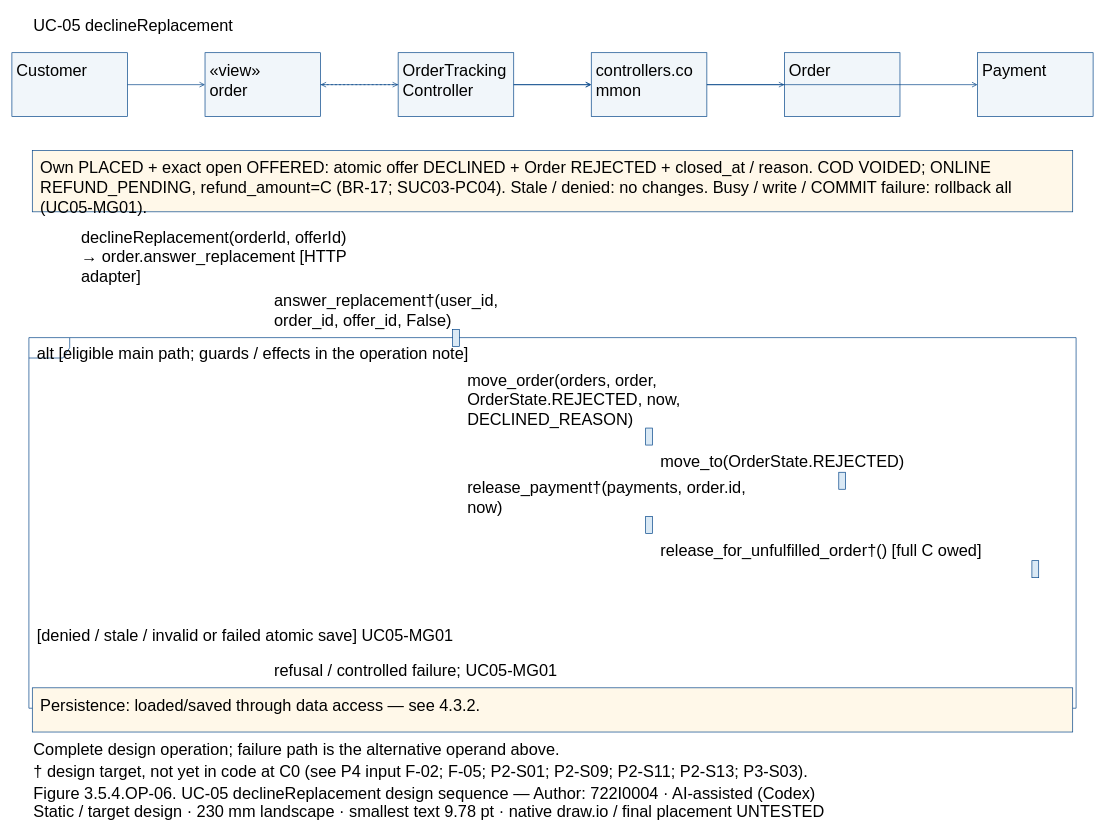
Dat071104/SaigonBite keeps this draw.io diagram as models/UC-05/seq_uc05_declineReplacement.drawio. Above is the earlier version. Source tidied: cells renumbered, new cells numbered last; positions are measured from the earlier drawing's top-left corner, leaving out a move shared by most shapes. Both pictures are drawn from the tidied source at 68%, with x=0, y=0 at pixel (12, 12).
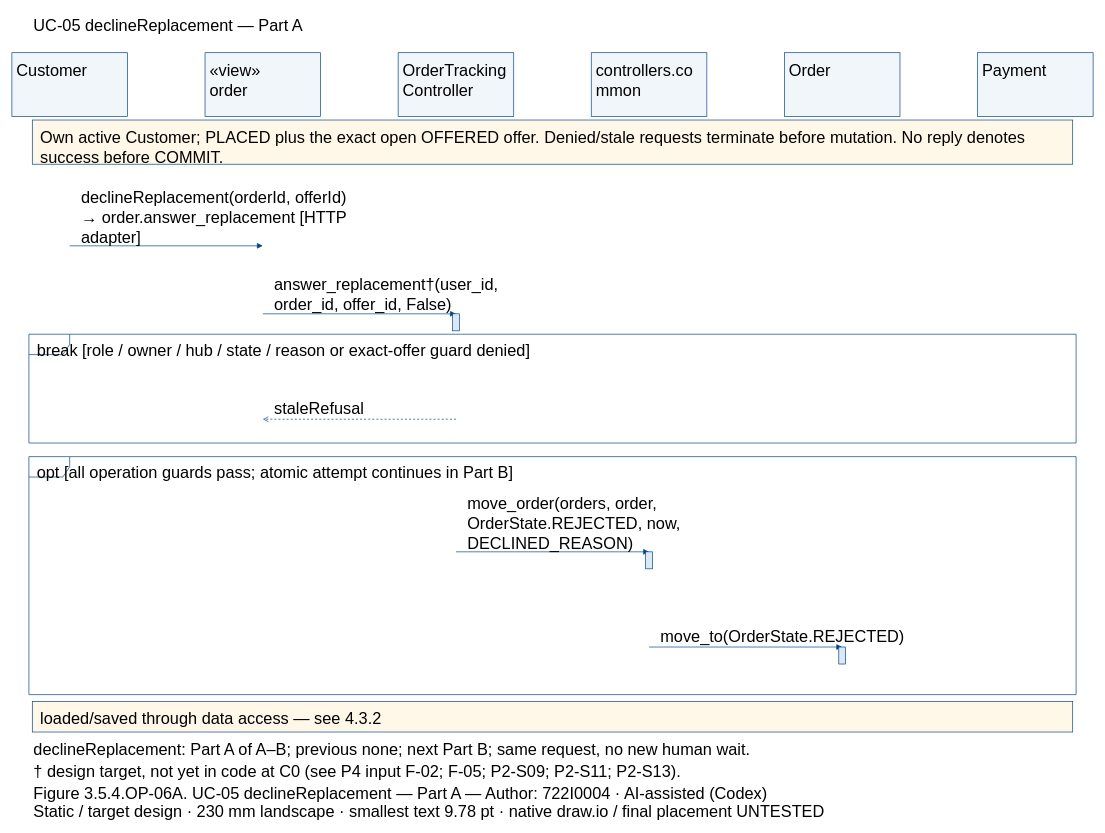
The same diagram, later.

The change refers to these unchanged cells:
```xml
<mxCell id="3" style="fillColor=#F1F6FA;strokeColor=#004387;fontFamily=Arial;fontSize=24;whiteSpace=wrap;html=0;" parent="1" vertex="1">
  <mxGeometry y="60" width="170" height="94" as="geometry" />
</mxCell>
<mxCell id="5" style="fillColor=#F1F6FA;strokeColor=#004387;fontFamily=Arial;fontSize=24;whiteSpace=wrap;html=0;" parent="1" vertex="1">
  <mxGeometry x="284" y="60" width="170" height="94" as="geometry" />
</mxCell>
<mxCell id="7" style="fillColor=#F1F6FA;strokeColor=#004387;fontFamily=Arial;fontSize=24;whiteSpace=wrap;html=0;" parent="1" vertex="1">
  <mxGeometry x="568" y="60" width="170" height="94" as="geometry" />
</mxCell>
<mxCell id="9" style="fillColor=#F1F6FA;strokeColor=#004387;fontFamily=Arial;fontSize=24;whiteSpace=wrap;html=0;" parent="1" vertex="1">
  <mxGeometry x="852" y="60" width="170" height="94" as="geometry" />
</mxCell>
<mxCell id="11" style="fillColor=#F1F6FA;strokeColor=#004387;fontFamily=Arial;fontSize=24;whiteSpace=wrap;html=0;" parent="1" vertex="1">
  <mxGeometry x="1136" y="60" width="170" height="94" as="geometry" />
</mxCell>
<mxCell id="13" style="fillColor=#F1F6FA;strokeColor=#004387;fontFamily=Arial;fontSize=24;whiteSpace=wrap;html=0;" parent="1" vertex="1">
  <mxGeometry x="1420" y="60" width="170" height="94" as="geometry" />
</mxCell>
```

The edit, as a diff of the source:
```diff
@@
-    <mxCell id="2" value="UC-05 declineReplacement" style="text;align=left;verticalAlign=top;strokeColor=none;fillColor=none;fontFamily=Arial;fontSize=24;whiteSpace=wrap;html=0;" parent="1" vertex="1">
+    <mxCell id="2" value="UC-05 declineReplacement — Part A" style="text;align=left;verticalAlign=top;strokeColor=none;fillColor=none;fontFamily=Arial;fontSize=24;whiteSpace=wrap;html=0;" parent="1" vertex="1">
       <mxGeometry x="30" width="1530" height="32.2" as="geometry" />
     </mxCell>
@@
-    <mxCell id="15" style="fillColor=white;strokeColor=#004387;shape=umlFrame;fillColor=none;fontFamily=Arial;fontSize=24;whiteSpace=wrap;html=0;" parent="1" vertex="1">
-      <mxGeometry x="25" y="479" width="1540" height="545" as="geometry" />
-    </mxCell>
-    <mxCell id="16" value="alt [eligible main path; guards / effects in the operation note]" style="text;align=left;verticalAlign=top;strokeColor=none;fillColor=none;fontFamily=Arial;fontSize=24;whiteSpace=wrap;html=0;" parent="1" vertex="1">
-      <mxGeometry x="35" y="482" width="1520" height="27.6" as="geometry" />
-    </mxCell>
-    <mxCell id="17" value="[denied / stale / invalid or failed atomic save] UC05-MG01" style="text;align=left;verticalAlign=top;strokeColor=none;fillColor=none;fontFamily=Arial;fontSize=24;whiteSpace=wrap;html=0;" parent="1" vertex="1">
-      <mxGeometry x="35" y="897" width="1520" height="27.6" as="geometry" />
-    </mxCell>
-    <mxCell id="18" style="fillColor=#FFF8E9;strokeColor=#004387;fontFamily=Arial;fontSize=24;whiteSpace=wrap;html=0;" parent="1" vertex="1">
-      <mxGeometry x="30" y="204" width="1530" height="90" as="geometry" />
-    </mxCell>
-    <mxCell id="19" value="Own PLACED + exact open OFFERED: atomic offer DECLINED + Order REJECTED + closed_at / reason. COD VOIDED; ONLINE&#10;REFUND_PENDING, refund_amount=C (BR-17; SUC03-PC04). Stale / denied: no changes. Busy / write / COMMIT failure: rollback all&#10;(UC05-MG01)." style="text;align=left;verticalAlign=top;strokeColor=none;fillColor=none;fontFamily=Arial;fontSize=24;whiteSpace=wrap;html=0;" parent="1" vertex="1">
-      <mxGeometry x="40" y="209" width="1510" height="82.8" as="geometry" />
-    </mxCell>
-    <mxCell id="20" style="fillColor=#FFF8E9;strokeColor=#004387;fontFamily=Arial;fontSize=24;whiteSpace=wrap;html=0;" parent="1" vertex="1">
-      <mxGeometry x="30" y="994" width="1530" height="65" as="geometry" />
-    </mxCell>
-    <mxCell id="21" value="Persistence: loaded/saved through data access — see 4.3.2." style="text;align=left;verticalAlign=top;strokeColor=none;fillColor=none;fontFamily=Arial;fontSize=24;whiteSpace=wrap;html=0;" parent="1" vertex="1">
-      <mxGeometry x="40" y="999" width="1510" height="27.6" as="geometry" />
-    </mxCell>
-    <mxCell id="22" style="edgeStyle=none;endArrow=open;strokeColor=#004387;" parent="1" edge="1" source="3" target="5">
-      <mxGeometry relative="1" as="geometry" />
-    </mxCell>
+    <mxCell id="45" style="fillColor=white;strokeColor=#004387;shape=umlFrame;fillColor=none;fontFamily=Arial;fontSize=24;whiteSpace=wrap;html=0;" parent="1" vertex="1">
+      <mxGeometry x="25" y="474" width="1540" height="160" as="geometry" />
+    </mxCell>
+    <mxCell id="46" value="break [role / owner / hub / state / reason or exact-offer guard denied]" style="text;align=left;verticalAlign=top;strokeColor=none;fillColor=none;fontFamily=Arial;fontSize=24;whiteSpace=wrap;html=0;" parent="1" vertex="1">
+      <mxGeometry x="35" y="477" width="1520" height="27.6" as="geometry" />
+    </mxCell>
+    <mxCell id="47" style="fillColor=white;strokeColor=#004387;shape=umlFrame;fillColor=none;fontFamily=Arial;fontSize=24;whiteSpace=wrap;html=0;" parent="1" vertex="1">
+      <mxGeometry x="25" y="654" width="1540" height="350" as="geometry" />
+    </mxCell>
+    <mxCell id="48" value="opt [all operation guards pass; atomic attempt continues in Part B]" style="text;align=left;verticalAlign=top;strokeColor=none;fillColor=none;fontFamily=Arial;fontSize=24;whiteSpace=wrap;html=0;" parent="1" vertex="1">
+      <mxGeometry x="35" y="657" width="1520" height="27.6" as="geometry" />
+    </mxCell>
+    <mxCell id="49" style="fillColor=#FFF8E9;strokeColor=#004387;fontFamily=Arial;fontSize=24;whiteSpace=wrap;html=0;" parent="1" vertex="1">
+      <mxGeometry x="30" y="159" width="1530" height="65" as="geometry" />
+    </mxCell>
+    <mxCell id="50" value="Own active Customer; PLACED plus the exact open OFFERED offer. Denied/stale requests terminate before mutation. No reply denotes&#10;success before COMMIT." style="text;align=left;verticalAlign=top;strokeColor=none;fillColor=none;fontFamily=Arial;fontSize=24;whiteSpace=wrap;html=0;" parent="1" vertex="1">
+      <mxGeometry x="40" y="164" width="1510" height="55.2" as="geometry" />
+    </mxCell>
+    <mxCell id="51" style="fillColor=#FFF8E9;strokeColor=#004387;fontFamily=Arial;fontSize=24;whiteSpace=wrap;html=0;" parent="1" vertex="1">
+      <mxGeometry x="30" y="1014" width="1530" height="45" as="geometry" />
+    </mxCell>
+    <mxCell id="52" value="loaded/saved through data access — see 4.3.2" style="text;align=left;verticalAlign=top;strokeColor=none;fillColor=none;fontFamily=Arial;fontSize=24;whiteSpace=wrap;html=0;" parent="1" vertex="1">
+      <mxGeometry x="40" y="1019" width="1510" height="27.6" as="geometry" />
+    </mxCell>
+    <mxCell id="53" style="opacity=0;strokeColor=none;fillColor=none;fontFamily=Arial;fontSize=24;whiteSpace=wrap;html=0;" parent="1" vertex="1">
+      <mxGeometry x="84.5" y="343.5" width="1" height="1" as="geometry" />
+    </mxCell>
+    <mxCell id="54" style="opacity=0;strokeColor=none;fillColor=none;fontFamily=Arial;fontSize=24;whiteSpace=wrap;html=0;" parent="1" vertex="1">
+      <mxGeometry x="368.5" y="343.5" width="1" height="1" as="geometry" />
+    </mxCell>
+    <mxCell id="55" style="edgeStyle=none;endArrow=block;endFill=1;strokeColor=#004387;exitX=0.5;exitY=0.5;exitPerimeter=0;entryX=0.5;entryY=0.5;entryPerimeter=0;" parent="1" edge="1" source="53" target="54">
+      <mxGeometry relative="1" as="geometry" />
+    </mxCell>
     <mxCell id="23" value="declineReplacement(orderId, offerId)&#10;→ order.answer_replacement [HTTP&#10;adapter]" style="text;align=left;verticalAlign=top;strokeColor=none;fillColor=none;fontFamily=Arial;fontSize=24;whiteSpace=wrap;html=0;" parent="1" vertex="1">
-      <mxGeometry x="100" y="311.2" width="420" height="82.8" as="geometry" />
+      <mxGeometry x="100" y="253.2" width="420" height="82.8" as="geometry" />
     </mxCell>
-    <mxCell id="24" style="edgeStyle=none;endArrow=open;strokeColor=#004387;" parent="1" edge="1" source="5" target="7">
-      <mxGeometry relative="1" as="geometry" />
-    </mxCell>
+    <mxCell id="56" style="opacity=0;strokeColor=none;fillColor=none;fontFamily=Arial;fontSize=24;whiteSpace=wrap;html=0;" parent="1" vertex="1">
+      <mxGeometry x="368.5" y="443.5" width="1" height="1" as="geometry" />
+    </mxCell>
+    <mxCell id="57" style="opacity=0;strokeColor=none;fillColor=none;fontFamily=Arial;fontSize=24;whiteSpace=wrap;html=0;" parent="1" vertex="1">
+      <mxGeometry x="652.5" y="443.5" width="1" height="1" as="geometry" />
+    </mxCell>
+    <mxCell id="58" style="edgeStyle=none;endArrow=block;endFill=1;strokeColor=#004387;exitX=0.5;exitY=0.5;exitPerimeter=0;entryX=0.5;entryY=0.5;entryPerimeter=0;" parent="1" edge="1" source="56" target="57">
+      <mxGeometry relative="1" as="geometry" />
+    </mxCell>
     <mxCell id="25" value="answer_replacement†(user_id,&#10;order_id, offer_id, False)" style="text;align=left;verticalAlign=top;strokeColor=none;fillColor=none;fontFamily=Arial;fontSize=24;whiteSpace=wrap;html=0;" parent="1" vertex="1">
-      <mxGeometry x="384" y="403.8" width="420" height="55.2" as="geometry" />
+      <mxGeometry x="384" y="380.8" width="420" height="55.2" as="geometry" />
     </mxCell>
-    <mxCell id="26" style="fillColor=#DAE9F5;strokeColor=#004387;fontFamily=Arial;fontSize=24;whiteSpace=wrap;html=0;" parent="1" vertex="1">
-      <mxGeometry x="648" y="467" width="10" height="25" as="geometry" />
-    </mxCell>
-    <mxCell id="27" style="edgeStyle=none;endArrow=open;strokeColor=#004387;" parent="1" edge="1" source="7" target="9">
-      <mxGeometry relative="1" as="geometry" />
-    </mxCell>
+    <mxCell id="59" style="fillColor=#DAE9F5;strokeColor=#004387;fontFamily=Arial;fontSize=24;whiteSpace=wrap;html=0;" parent="1" vertex="1">
+      <mxGeometry x="648" y="444" width="10" height="25" as="geometry" />
+    </mxCell>
+    <mxCell id="60" style="opacity=0;strokeColor=none;fillColor=none;fontFamily=Arial;fontSize=24;whiteSpace=wrap;html=0;" parent="1" vertex="1">
+      <mxGeometry x="652.5" y="598.5" width="1" height="1" as="geometry" />
+    </mxCell>
+    <mxCell id="61" style="opacity=0;strokeColor=none;fillColor=none;fontFamily=Arial;fontSize=24;whiteSpace=wrap;html=0;" parent="1" vertex="1">
+      <mxGeometry x="368.5" y="598.5" width="1" height="1" as="geometry" />
+    </mxCell>
+    <mxCell id="62" style="edgeStyle=none;endArrow=open;endFill=0;dashed=1;strokeColor=#004387;exitX=0.5;exitY=0.5;exitPerimeter=0;entryX=0.5;entryY=0.5;entryPerimeter=0;" parent="1" edge="1" source="60" target="61">
+      <mxGeometry relative="1" as="geometry" />
+    </mxCell>
+    <mxCell id="63" value="staleRefusal" style="text;align=left;verticalAlign=top;strokeColor=none;fillColor=none;fontFamily=Arial;fontSize=24;whiteSpace=wrap;html=0;" parent="1" vertex="1">
+      <mxGeometry x="384" y="563.4" width="420" height="27.6" as="geometry" />
+    </mxCell>
+    <mxCell id="64" style="opacity=0;strokeColor=none;fillColor=none;fontFamily=Arial;fontSize=24;whiteSpace=wrap;html=0;" parent="1" vertex="1">
+      <mxGeometry x="652.5" y="793.5" width="1" height="1" as="geometry" />
+    </mxCell>
+    <mxCell id="65" style="opacity=0;strokeColor=none;fillColor=none;fontFamily=Arial;fontSize=24;whiteSpace=wrap;html=0;" parent="1" vertex="1">
+      <mxGeometry x="936.5" y="793.5" width="1" height="1" as="geometry" />
+    </mxCell>
+    <mxCell id="66" style="edgeStyle=none;endArrow=block;endFill=1;strokeColor=#004387;exitX=0.5;exitY=0.5;exitPerimeter=0;entryX=0.5;entryY=0.5;entryPerimeter=0;" parent="1" edge="1" source="64" target="65">
+      <mxGeometry relative="1" as="geometry" />
+    </mxCell>
     <mxCell id="28" value="move_order(orders, order,&#10;OrderState.REJECTED, now,&#10;DECLINED_REASON)" style="text;align=left;verticalAlign=top;strokeColor=none;fillColor=none;fontFamily=Arial;fontSize=24;whiteSpace=wrap;html=0;" parent="1" vertex="1">
-      <mxGeometry x="668" y="521.2" width="420" height="82.8" as="geometry" />
+      <mxGeometry x="668" y="703.2" width="420" height="82.8" as="geometry" />
     </mxCell>
-    <mxCell id="29" style="fillColor=#DAE9F5;strokeColor=#004387;fontFamily=Arial;fontSize=24;whiteSpace=wrap;html=0;" parent="1" vertex="1">
-      <mxGeometry x="932" y="612" width="10" height="25" as="geometry" />
-    </mxCell>
-    <mxCell id="30" style="edgeStyle=none;endArrow=open;strokeColor=#004387;" parent="1" edge="1" source="9" target="11">
-      <mxGeometry relative="1" as="geometry" />
-    </mxCell>
+    <mxCell id="32" style="fillColor=#DAE9F5;strokeColor=#004387;fontFamily=Arial;fontSize=24;whiteSpace=wrap;html=0;" parent="1" vertex="1">
+      <mxGeometry x="932" y="794" width="10" height="25" as="geometry" />
+    </mxCell>
+    <mxCell id="67" style="opacity=0;strokeColor=none;fillColor=none;fontFamily=Arial;fontSize=24;whiteSpace=wrap;html=0;" parent="1" vertex="1">
+      <mxGeometry x="936.5" y="933.5" width="1" height="1" as="geometry" />
+    </mxCell>
+    <mxCell id="68" style="opacity=0;strokeColor=none;fillColor=none;fontFamily=Arial;fontSize=24;whiteSpace=wrap;html=0;" parent="1" vertex="1">
+      <mxGeometry x="1220.5" y="933.5" width="1" height="1" as="geometry" />
+    </mxCell>
+    <mxCell id="69" style="edgeStyle=none;endArrow=block;endFill=1;strokeColor=#004387;exitX=0.5;exitY=0.5;exitPerimeter=0;entryX=0.5;entryY=0.5;entryPerimeter=0;" parent="1" edge="1" source="67" target="68">
+      <mxGeometry relative="1" as="geometry" />
+    </mxCell>
     <mxCell id="31" value="move_to(OrderState.REJECTED)" style="text;align=left;verticalAlign=top;strokeColor=none;fillColor=none;fontFamily=Arial;fontSize=24;whiteSpace=wrap;html=0;" parent="1" vertex="1">
-      <mxGeometry x="952" y="641.4" width="420" height="27.6" as="geometry" />
+      <mxGeometry x="952" y="898.4" width="420" height="27.6" as="geometry" />
     </mxCell>
-    <mxCell id="32" style="fillColor=#DAE9F5;strokeColor=#004387;fontFamily=Arial;fontSize=24;whiteSpace=wrap;html=0;" parent="1" vertex="1">
-      <mxGeometry x="1216" y="677" width="10" height="25" as="geometry" />
-    </mxCell>
-    <mxCell id="33" style="edgeStyle=none;endArrow=open;strokeColor=#004387;" parent="1" edge="1" source="7" target="9">
-      <mxGeometry relative="1" as="geometry" />
-    </mxCell>
-    <mxCell id="34" value="release_payment†(payments, order.id,&#10;now)" style="text;align=left;verticalAlign=top;strokeColor=none;fillColor=none;fontFamily=Arial;fontSize=24;whiteSpace=wrap;html=0;" parent="1" vertex="1">
-      <mxGeometry x="668" y="678.8" width="420" height="55.2" as="geometry" />
-    </mxCell>
     <mxCell id="35" style="fillColor=#DAE9F5;strokeColor=#004387;fontFamily=Arial;fontSize=24;whiteSpace=wrap;html=0;" parent="1" vertex="1">
-      <mxGeometry x="932" y="742" width="10" height="25" as="geometry" />
+      <mxGeometry x="1216" y="934" width="10" height="25" as="geometry" />
     </mxCell>
-    <mxCell id="36" style="edgeStyle=none;endArrow=open;strokeColor=#004387;" parent="1" edge="1" source="9" target="13">
-      <mxGeometry relative="1" as="geometry" />
-    </mxCell>
+    <mxCell id="70" value="declineReplacement: Part A of A–B; previous none; next Part B; same request, no new human wait." style="text;align=left;verticalAlign=top;strokeColor=none;fillColor=none;fontFamily=Arial;fontSize=24;whiteSpace=wrap;html=0;" parent="1" vertex="1">
+      <mxGeometry x="30" y="1064" width="1530" height="27.6" as="geometry" />
+    </mxCell>
-    <mxCell id="37" value="release_for_unfulfilled_order†() [full C owed]" style="text;align=left;verticalAlign=top;strokeColor=none;fillColor=none;fontFamily=Arial;fontSize=24;whiteSpace=wrap;html=0;" parent="1" vertex="1">
-      <mxGeometry x="952" y="771.4" width="538" height="27.6" as="geometry" />
+    <mxCell id="37" value="† design target, not yet in code at C0 (see P4 input F-02; F-05; P2-S09; P2-S11; P2-S13)." style="text;align=left;verticalAlign=top;strokeColor=none;fillColor=none;fontFamily=Arial;fontSize=24;whiteSpace=wrap;html=0;" parent="1" vertex="1">
+      <mxGeometry x="30" y="1096" width="1530" height="27.6" as="geometry" />
     </mxCell>
-    <mxCell id="38" style="fillColor=#DAE9F5;strokeColor=#004387;fontFamily=Arial;fontSize=24;whiteSpace=wrap;html=0;" parent="1" vertex="1">
-      <mxGeometry x="1500" y="807" width="10" height="25" as="geometry" />
-    </mxCell>
-    <mxCell id="39" style="edgeStyle=none;endArrow=open;dashed=1;strokeColor=#004387;" parent="1" edge="1" source="7" target="5">
-      <mxGeometry relative="1" as="geometry" />
-    </mxCell>
-    <mxCell id="40" value="refusal / controlled failure; UC05-MG01" style="text;align=left;verticalAlign=top;strokeColor=none;fillColor=none;fontFamily=Arial;fontSize=24;whiteSpace=wrap;html=0;" parent="1" vertex="1">
-      <mxGeometry x="384" y="948.4" width="420" height="27.6" as="geometry" />
-    </mxCell>
-    <mxCell id="41" value="Complete design operation; failure path is the alternative operand above." style="text;align=left;verticalAlign=top;strokeColor=none;fillColor=none;fontFamily=Arial;fontSize=24;whiteSpace=wrap;html=0;" parent="1" vertex="1">
-      <mxGeometry x="30" y="1064" width="1530" height="27.6" as="geometry" />
-    </mxCell>
-    <mxCell id="42" value="† design target, not yet in code at C0 (see P4 input F-02; F-05; P2-S01; P2-S09; P2-S11; P2-S13; P3-S03)." style="text;align=left;verticalAlign=top;strokeColor=none;fillColor=none;fontFamily=Arial;fontSize=24;whiteSpace=wrap;html=0;" parent="1" vertex="1">
-      <mxGeometry x="30" y="1096" width="1530" height="27.6" as="geometry" />
-    </mxCell>
-    <mxCell id="43" value="Figure 3.5.4.OP-06. UC-05 declineReplacement design sequence — Author: 722I0004 · AI-assisted (Codex)" style="text;align=left;verticalAlign=top;strokeColor=none;fillColor=none;fontFamily=Arial;fontSize=24;whiteSpace=wrap;html=0;" parent="1" vertex="1">
-      <mxGeometry x="30" y="1129" width="1530" height="27.6" as="geometry" />
-    </mxCell>
+    <mxCell id="71" value="Figure 3.5.4.OP-06A. UC-05 declineReplacement — Part A — Author: 722I0004 · AI-assisted (Codex)" style="text;align=left;verticalAlign=top;strokeColor=none;fillColor=none;fontFamily=Arial;fontSize=24;whiteSpace=wrap;html=0;" parent="1" vertex="1">
+      <mxGeometry x="30" y="1129" width="1530" height="27.6" as="geometry" />
+    </mxCell>
```
